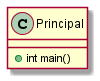
Earlier version of the PlantUML export classe/principal.png (arc-hugo/clavardage_uml). Source of this version:
```plantuml
@startuml principal
class Principal {
    + int main()
}
@enduml
```
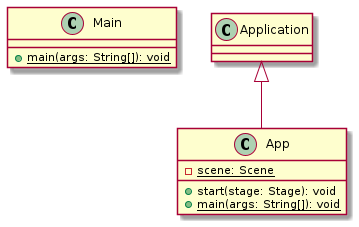
Later version of the same file.

Diff of the diagram source:
```diff
@@ -1,5 +1,11 @@
 @startuml principal
-class Principal {
-    + int main()
+class Main [[java:gei.barralberry.clavardage.Main]] {
+	+{static} main(args: String[]): void
 }
+class App [[java:gei.barralberry.clavardage.App]] {
+	-{static} scene: Scene
+	+start(stage: Stage): void
+	+{static} main(args: String[]): void
+}
+Application <|-- App
 @enduml
```
